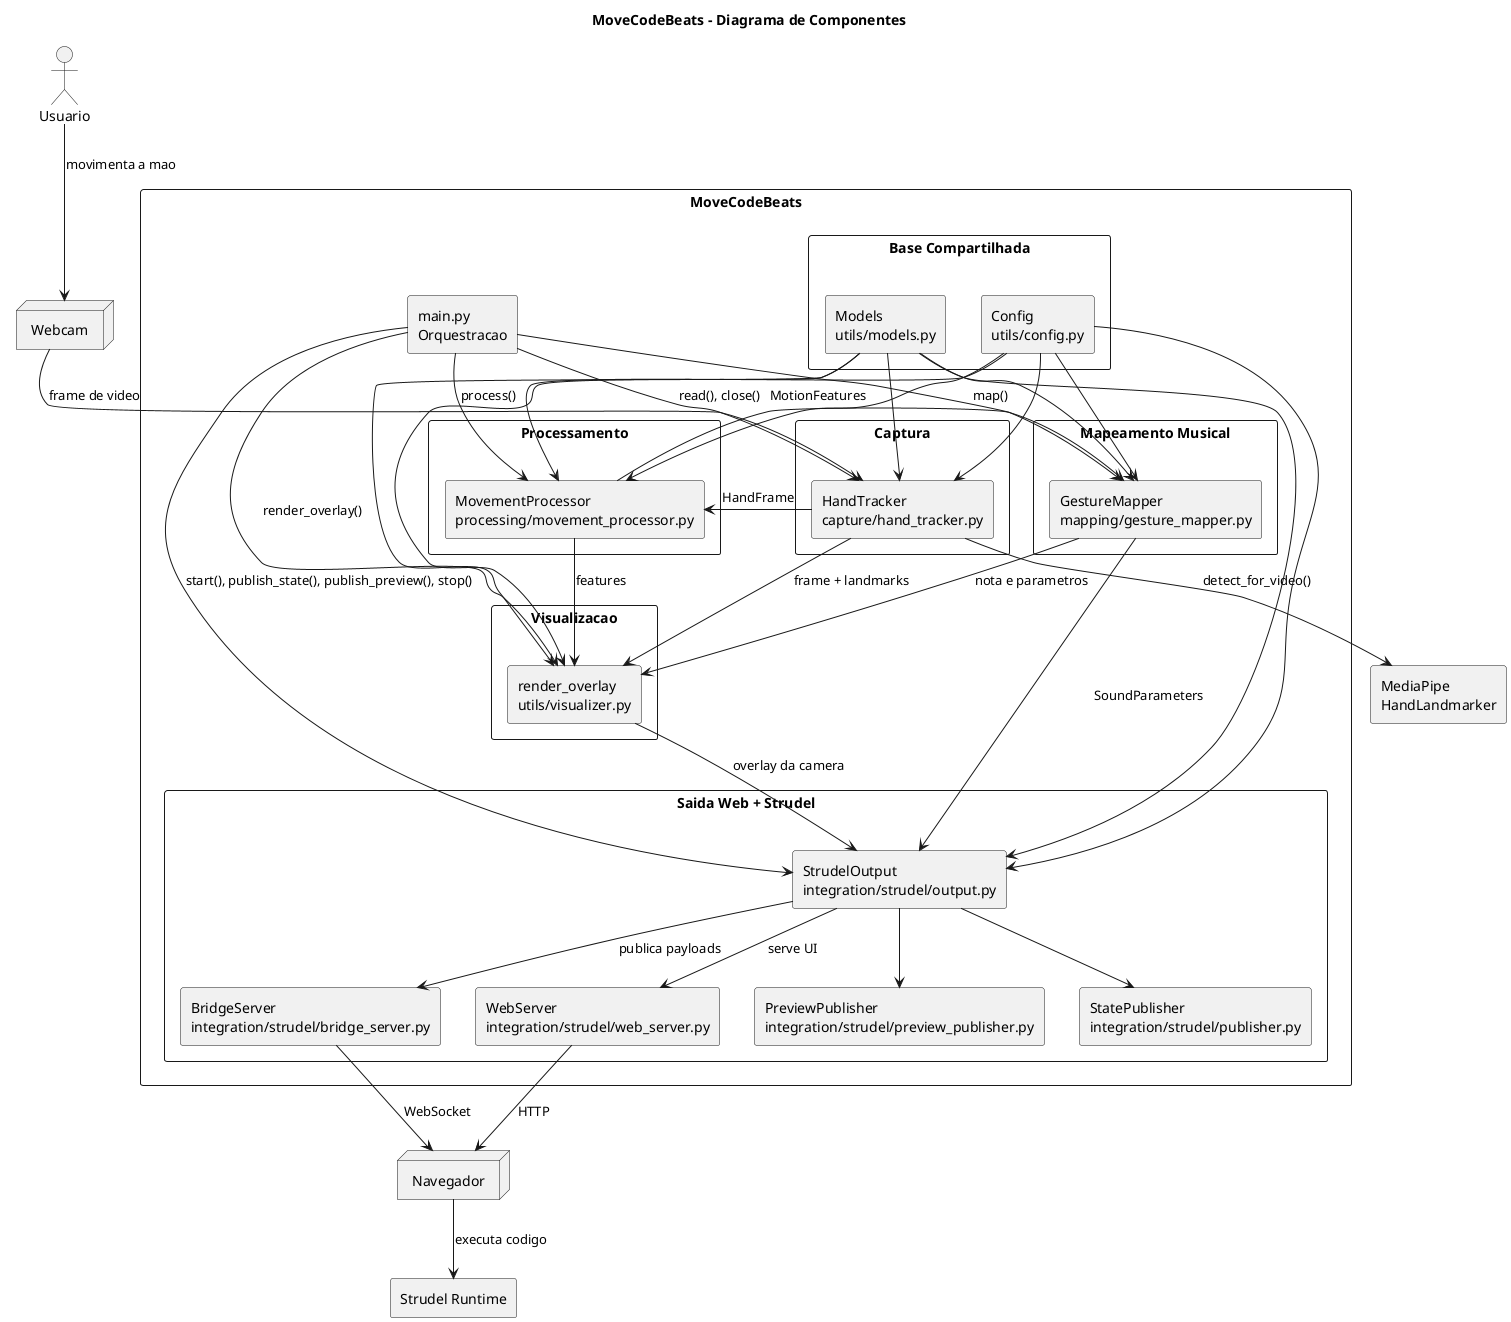
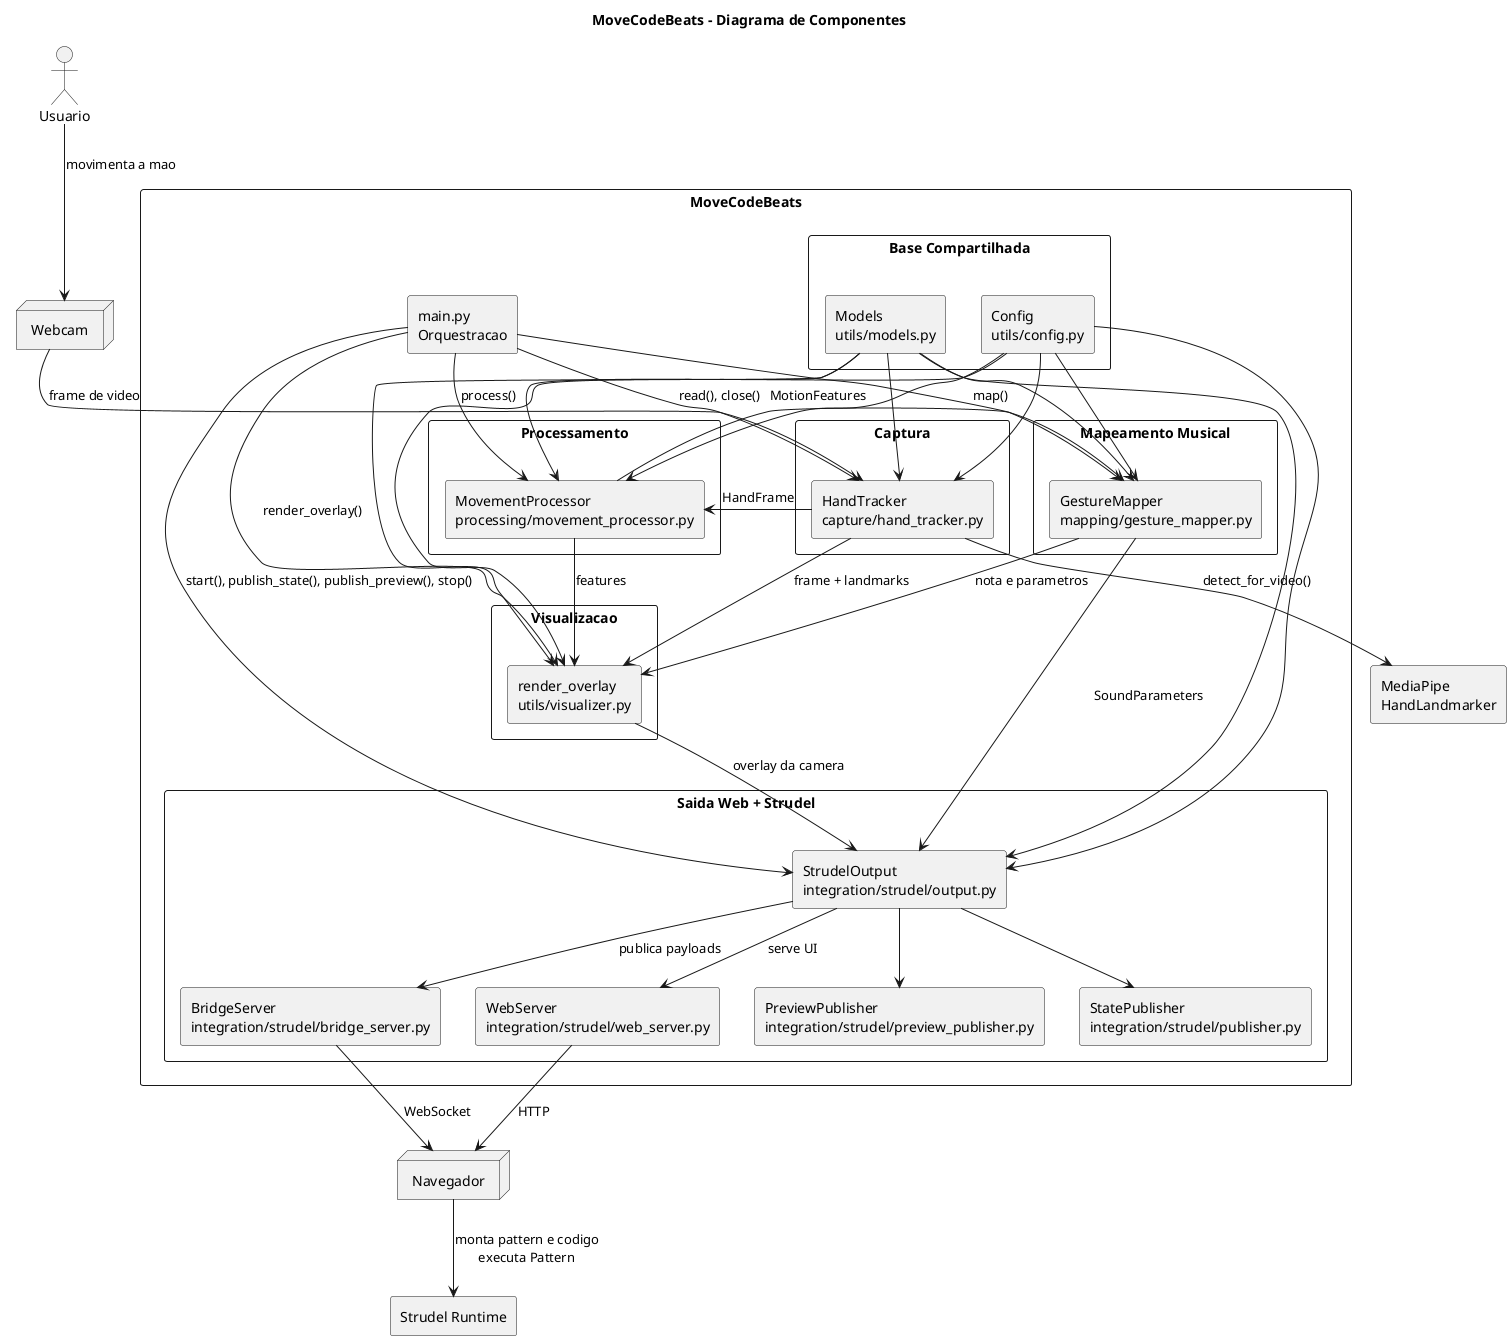
@startuml
title MoveCodeBeats - Diagrama de Componentes
skinparam componentStyle rectangle
skinparam packageStyle rectangle

actor "Usuario" as User
node "Webcam" as Camera
node "Navegador" as Browser
component "MediaPipe\nHandLandmarker" as MediaPipe
component "Strudel Runtime" as StrudelRuntime

package "MoveCodeBeats" {
  component "main.py\nOrquestracao" as Main

  package "Captura" {
    component "HandTracker\ncapture/hand_tracker.py" as HandTracker
  }

  package "Processamento" {
    component "MovementProcessor\nprocessing/movement_processor.py" as MovementProcessor
  }

  package "Mapeamento Musical" {
    component "GestureMapper\nmapping/gesture_mapper.py" as GestureMapper
  }

  package "Visualizacao" {
    component "render_overlay\nutils/visualizer.py" as Visualizer
  }

  package "Saida Web + Strudel" {
    component "StrudelOutput\nintegration/strudel/output.py" as StrudelOutput
    component "BridgeServer\nintegration/strudel/bridge_server.py" as BridgeServer
    component "WebServer\nintegration/strudel/web_server.py" as WebServer
    component "PreviewPublisher\nintegration/strudel/preview_publisher.py" as PreviewPublisher
    component "StatePublisher\nintegration/strudel/publisher.py" as StatePublisher
  }

  package "Base Compartilhada" {
    component "Config\nutils/config.py" as Config
    component "Models\nutils/models.py" as Models
  }
}

User --> Camera : movimenta a mao
Camera --> HandTracker : frame de video
HandTracker --> MediaPipe : detect_for_video()
HandTracker --> MovementProcessor : HandFrame
MovementProcessor --> GestureMapper : MotionFeatures
HandTracker --> Visualizer : frame + landmarks
MovementProcessor --> Visualizer : features
GestureMapper --> Visualizer : nota e parametros

GestureMapper --> StrudelOutput : SoundParameters
Visualizer --> StrudelOutput : overlay da camera
StrudelOutput --> StatePublisher
StrudelOutput --> PreviewPublisher
StrudelOutput --> BridgeServer : publica payloads
StrudelOutput --> WebServer : serve UI
BridgeServer --> Browser : WebSocket
WebServer --> Browser : HTTP
- Browser --> StrudelRuntime : executa codigo
+ Browser --> StrudelRuntime : monta pattern e codigo\nexecuta Pattern

Main --> HandTracker : read(), close()
Main --> MovementProcessor : process()
Main --> GestureMapper : map()
Main --> Visualizer : render_overlay()
Main --> StrudelOutput : start(), publish_state(), publish_preview(), stop()

Config --> HandTracker
Config --> MovementProcessor
Config --> GestureMapper
Config --> Visualizer
Config --> StrudelOutput

Models --> HandTracker
Models --> MovementProcessor
Models --> GestureMapper
Models --> Visualizer
Models --> StrudelOutput
@enduml
